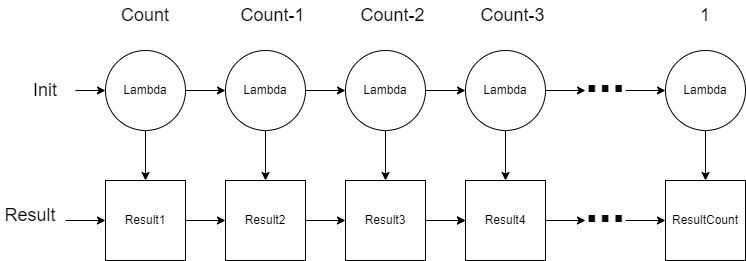
This is docs/images/unfold.drawio.png from macbeth-byui/cse382-course, a draw.io export, as it was before one commit. Source tidied: cells renumbered, new cells last; positions are measured from the earlier drawing's top-left corner, leaving out a move shared by most shapes.
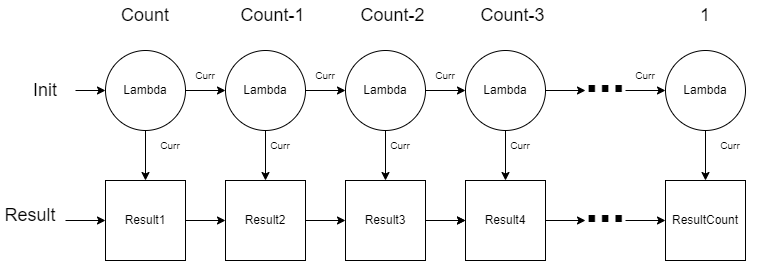
After the commit.

What changed in the source:
```diff
@@ -125,5 +125,32 @@
     <mxCell id="38" value="&lt;font style=&quot;font-size: 18px&quot;&gt;1&lt;/font&gt;" style="text;html=1;strokeColor=none;fillColor=none;align=center;verticalAlign=middle;whiteSpace=wrap;rounded=0;" parent="1" vertex="1">
       <mxGeometry x="675" width="60" height="30" as="geometry" />
     </mxCell>
+    <mxCell id="39" value="&lt;font style=&quot;font-size: 10px&quot;&gt;Curr&lt;/font&gt;" style="text;html=1;strokeColor=none;fillColor=none;align=center;verticalAlign=middle;whiteSpace=wrap;rounded=0;fontSize=10;" parent="1" vertex="1">
+      <mxGeometry x="175" y="60" width="60" height="30" as="geometry" />
+    </mxCell>
+    <mxCell id="40" value="&lt;font style=&quot;font-size: 10px&quot;&gt;Curr&lt;/font&gt;" style="text;html=1;strokeColor=none;fillColor=none;align=center;verticalAlign=middle;whiteSpace=wrap;rounded=0;fontSize=10;" parent="1" vertex="1">
+      <mxGeometry x="295" y="60" width="60" height="30" as="geometry" />
+    </mxCell>
+    <mxCell id="41" value="&lt;font style=&quot;font-size: 10px&quot;&gt;Curr&lt;/font&gt;" style="text;html=1;strokeColor=none;fillColor=none;align=center;verticalAlign=middle;whiteSpace=wrap;rounded=0;fontSize=10;" parent="1" vertex="1">
+      <mxGeometry x="615" y="60" width="60" height="30" as="geometry" />
+    </mxCell>
+    <mxCell id="42" value="&lt;font style=&quot;font-size: 10px&quot;&gt;Curr&lt;/font&gt;" style="text;html=1;strokeColor=none;fillColor=none;align=center;verticalAlign=middle;whiteSpace=wrap;rounded=0;fontSize=10;" parent="1" vertex="1">
+      <mxGeometry x="415" y="60" width="60" height="30" as="geometry" />
+    </mxCell>
+    <mxCell id="43" value="&lt;font style=&quot;font-size: 10px&quot;&gt;Curr&lt;/font&gt;" style="text;html=1;strokeColor=none;fillColor=none;align=center;verticalAlign=middle;whiteSpace=wrap;rounded=0;fontSize=10;" parent="1" vertex="1">
+      <mxGeometry x="140" y="130" width="60" height="30" as="geometry" />
+    </mxCell>
+    <mxCell id="44" value="&lt;font style=&quot;font-size: 10px&quot;&gt;Curr&lt;/font&gt;" style="text;html=1;strokeColor=none;fillColor=none;align=center;verticalAlign=middle;whiteSpace=wrap;rounded=0;fontSize=10;" parent="1" vertex="1">
+      <mxGeometry x="250" y="130" width="60" height="30" as="geometry" />
+    </mxCell>
+    <mxCell id="45" value="&lt;font style=&quot;font-size: 10px&quot;&gt;Curr&lt;/font&gt;" style="text;html=1;strokeColor=none;fillColor=none;align=center;verticalAlign=middle;whiteSpace=wrap;rounded=0;fontSize=10;" parent="1" vertex="1">
+      <mxGeometry x="370" y="130" width="60" height="30" as="geometry" />
+    </mxCell>
+    <mxCell id="46" value="&lt;font style=&quot;font-size: 10px&quot;&gt;Curr&lt;/font&gt;" style="text;html=1;strokeColor=none;fillColor=none;align=center;verticalAlign=middle;whiteSpace=wrap;rounded=0;fontSize=10;" parent="1" vertex="1">
+      <mxGeometry x="490" y="130" width="60" height="30" as="geometry" />
+    </mxCell>
+    <mxCell id="47" value="&lt;font style=&quot;font-size: 10px&quot;&gt;Curr&lt;/font&gt;" style="text;html=1;strokeColor=none;fillColor=none;align=center;verticalAlign=middle;whiteSpace=wrap;rounded=0;fontSize=10;" parent="1" vertex="1">
+      <mxGeometry x="700" y="130" width="60" height="30" as="geometry" />
+    </mxCell>
   </root>
 </mxGraphModel>
```
